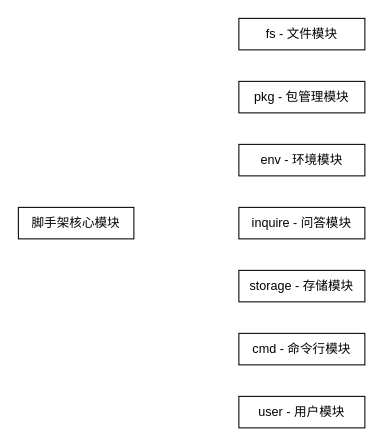
Above: packages/cli-core/diagram/structure.drawio in inventorjs/inventor-cli (draw.io), before the change. Source tidied: cells renumbered, new cells numbered last; positions are measured from the earlier drawing's top-left corner, leaving out a move shared by most shapes. Both pictures are drawn from the tidied source at 105%, with x=0, y=0 at pixel (18, 18).
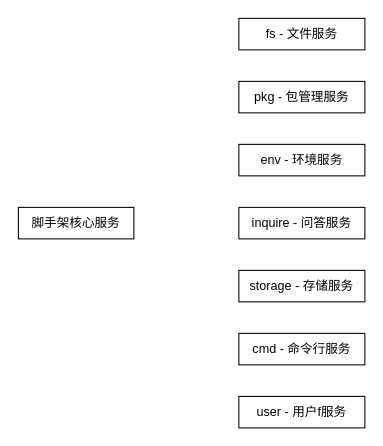
Above is the later version.

Change to the diagram source:
```diff
@@
 <mxGraphModel>
   <root>
     <mxCell id="0" />
     <mxCell id="1" parent="0" />
-    <mxCell id="2" value="fs - 文件模块" style="rounded=0;whiteSpace=wrap;html=1;" parent="1" vertex="1">
+    <mxCell id="2" value="fs - 文件服务" style="rounded=0;whiteSpace=wrap;html=1;" parent="1" vertex="1">
       <mxGeometry x="210" width="120" height="30" as="geometry" />
     </mxCell>
-    <mxCell id="3" value="pkg - 包管理模块" style="rounded=0;whiteSpace=wrap;html=1;" parent="1" vertex="1">
+    <mxCell id="3" value="pkg - 包管理服务" style="rounded=0;whiteSpace=wrap;html=1;" parent="1" vertex="1">
       <mxGeometry x="210" y="60" width="120" height="30" as="geometry" />
     </mxCell>
-    <mxCell id="4" value="env - 环境模块" style="rounded=0;whiteSpace=wrap;html=1;" parent="1" vertex="1">
+    <mxCell id="4" value="env - 环境服务" style="rounded=0;whiteSpace=wrap;html=1;" parent="1" vertex="1">
       <mxGeometry x="210" y="120" width="120" height="30" as="geometry" />
     </mxCell>
-    <mxCell id="5" value="inquire - 问答模块" style="rounded=0;whiteSpace=wrap;html=1;" parent="1" vertex="1">
+    <mxCell id="5" value="inquire - 问答服务" style="rounded=0;whiteSpace=wrap;html=1;" parent="1" vertex="1">
       <mxGeometry x="210" y="180" width="120" height="30" as="geometry" />
     </mxCell>
-    <mxCell id="6" value="脚手架核心模块" style="rounded=0;whiteSpace=wrap;html=1;" parent="1" vertex="1">
+    <mxCell id="6" value="脚手架核心服务" style="rounded=0;whiteSpace=wrap;html=1;" parent="1" vertex="1">
       <mxGeometry y="180" width="110" height="30" as="geometry" />
     </mxCell>
-    <mxCell id="7" value="storage - 存储模块" style="rounded=0;whiteSpace=wrap;html=1;" parent="1" vertex="1">
+    <mxCell id="7" value="storage - 存储服务" style="rounded=0;whiteSpace=wrap;html=1;" parent="1" vertex="1">
       <mxGeometry x="210" y="240" width="120" height="30" as="geometry" />
     </mxCell>
-    <mxCell id="8" value="cmd - 命令行模块" style="rounded=0;whiteSpace=wrap;html=1;" parent="1" vertex="1">
+    <mxCell id="8" value="cmd - 命令行服务" style="rounded=0;whiteSpace=wrap;html=1;" parent="1" vertex="1">
       <mxGeometry x="210" y="300" width="120" height="30" as="geometry" />
     </mxCell>
-    <mxCell id="9" value="user - 用户模块" style="rounded=0;whiteSpace=wrap;html=1;" parent="1" vertex="1">
+    <mxCell id="9" value="user - 用户f服务" style="rounded=0;whiteSpace=wrap;html=1;" parent="1" vertex="1">
       <mxGeometry x="210" y="360" width="120" height="30" as="geometry" />
     </mxCell>
   </root>
 </mxGraphModel>
```
